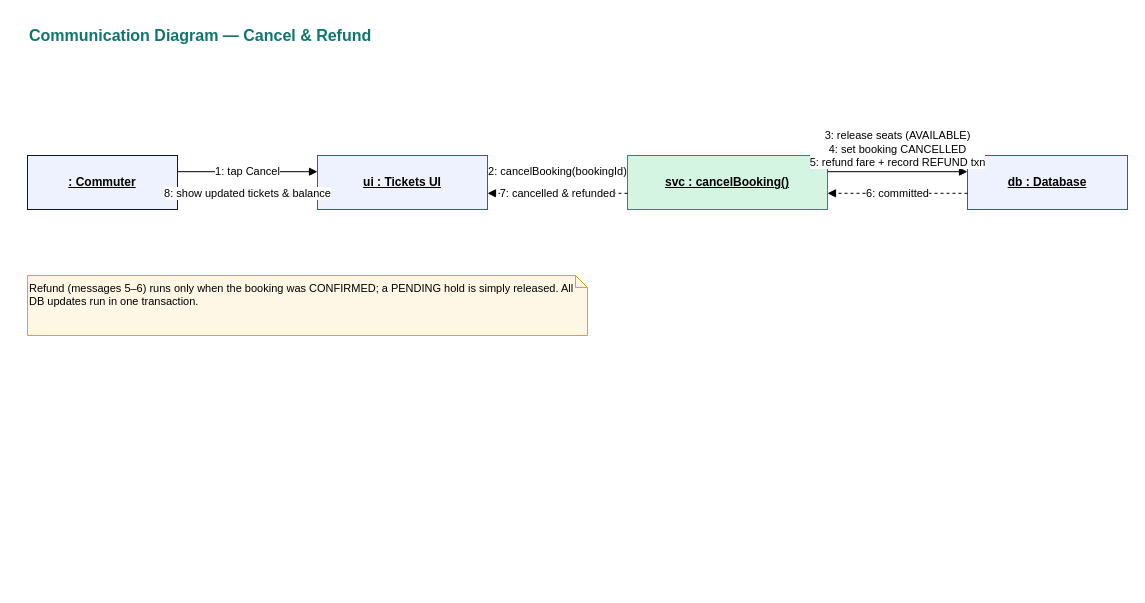
Munem3/transit-ticketing-system keeps this draw.io diagram as docs/communication-cancel.drawio. Above is the earlier version. Source tidied: cells renumbered, new cells numbered last; positions are measured from the earlier drawing's top-left corner, leaving out a move shared by most shapes. Both pictures are drawn from the tidied source at 100%, with x=0, y=0 at pixel (27, 19).
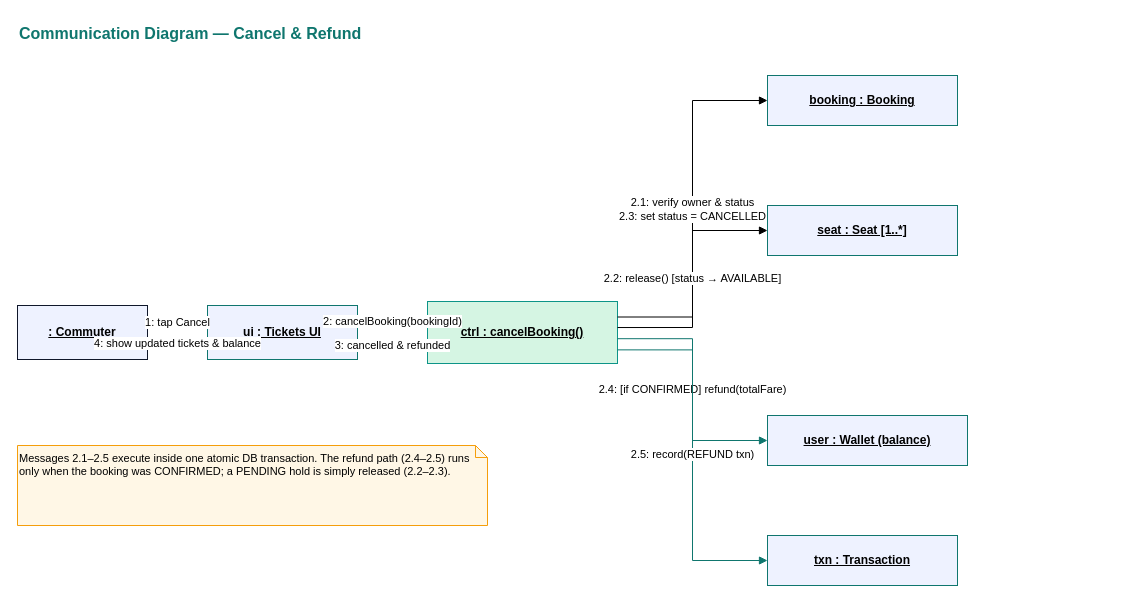
After the change.

Commit message (it also covers changes not shown here):
Expand communication diagram: controller + domain objects with nested messages

Change to the diagram source:
```diff
@@
 <mxGraphModel>
   <root>
     <mxCell id="0" />
     <mxCell id="1" parent="0" />
     <mxCell id="2" value="Communication Diagram — Cancel &amp; Refund" style="text;html=1;fontSize=16;fontStyle=1;fontColor=#0F766E;align=left;" parent="1" vertex="1">
-      <mxGeometry width="560" height="26" as="geometry" />
+      <mxGeometry x="-10" y="-2" width="560" height="26" as="geometry" />
     </mxCell>
     <mxCell id="3" value="&lt;u&gt;: Commuter&lt;/u&gt;" style="rounded=0;whiteSpace=wrap;html=1;fillColor=#EEF2FF;strokeColor=#0F172A;fontStyle=1;" parent="1" vertex="1">
-      <mxGeometry y="136" width="150" height="54" as="geometry" />
+      <mxGeometry x="-10" y="286" width="130" height="54" as="geometry" />
     </mxCell>
     <mxCell id="4" value="&lt;u&gt;ui : Tickets UI&lt;/u&gt;" style="rounded=0;whiteSpace=wrap;html=1;fillColor=#EEF2FF;strokeColor=#0F766E;fontStyle=1;" parent="1" vertex="1">
-      <mxGeometry x="290" y="136" width="170" height="54" as="geometry" />
+      <mxGeometry x="180" y="286" width="150" height="54" as="geometry" />
     </mxCell>
-    <mxCell id="5" value="&lt;u&gt;svc : cancelBooking()&lt;/u&gt;" style="rounded=0;whiteSpace=wrap;html=1;fillColor=#D5F5E3;strokeColor=#0D9488;fontStyle=1;" parent="1" vertex="1">
-      <mxGeometry x="600" y="136" width="200" height="54" as="geometry" />
-    </mxCell>
-    <mxCell id="6" value="&lt;u&gt;db : Database&lt;/u&gt;" style="rounded=0;whiteSpace=wrap;html=1;fillColor=#EEF2FF;strokeColor=#0F766E;fontStyle=1;" parent="1" vertex="1">
-      <mxGeometry x="940" y="136" width="160" height="54" as="geometry" />
-    </mxCell>
+    <mxCell id="14" value="&lt;u&gt;ctrl : cancelBooking()&lt;/u&gt;" style="rounded=0;whiteSpace=wrap;html=1;fillColor=#D5F5E3;strokeColor=#0D9488;fontStyle=1;" parent="1" vertex="1">
+      <mxGeometry x="400" y="282" width="190" height="62" as="geometry" />
+    </mxCell>
+    <mxCell id="15" value="&lt;u&gt;booking : Booking&lt;/u&gt;" style="rounded=0;whiteSpace=wrap;html=1;fillColor=#EEF2FF;strokeColor=#0F766E;fontStyle=1;" parent="1" vertex="1">
+      <mxGeometry x="740" y="56" width="190" height="50" as="geometry" />
+    </mxCell>
+    <mxCell id="16" value="&lt;u&gt;seat : Seat [1..*]&lt;/u&gt;" style="rounded=0;whiteSpace=wrap;html=1;fillColor=#EEF2FF;strokeColor=#0F766E;fontStyle=1;" parent="1" vertex="1">
+      <mxGeometry x="740" y="186" width="190" height="50" as="geometry" />
+    </mxCell>
+    <mxCell id="17" value="&lt;u&gt;user : Wallet (balance)&lt;/u&gt;" style="rounded=0;whiteSpace=wrap;html=1;fillColor=#EEF2FF;strokeColor=#0F766E;fontStyle=1;" parent="1" vertex="1">
+      <mxGeometry x="740" y="396" width="200" height="50" as="geometry" />
+    </mxCell>
+    <mxCell id="18" value="&lt;u&gt;txn : Transaction&lt;/u&gt;" style="rounded=0;whiteSpace=wrap;html=1;fillColor=#EEF2FF;strokeColor=#0F766E;fontStyle=1;" parent="1" vertex="1">
+      <mxGeometry x="740" y="516" width="190" height="50" as="geometry" />
+    </mxCell>
-    <mxCell id="7" value="1: tap Cancel" style="endArrow=block;html=1;rounded=0;edgeStyle=orthogonalEdgeStyle;fontSize=11;exitX=1;exitY=0.3;entryX=0;entryY=0.3;" parent="1" edge="1" source="3" target="4">
+    <mxCell id="7" value="1: tap Cancel" style="endArrow=block;html=1;rounded=0;edgeStyle=orthogonalEdgeStyle;fontSize=11;exitX=1;exitY=0.32;entryX=0;entryY=0.32;" parent="1" edge="1" source="3" target="4">
       <mxGeometry relative="1" as="geometry" />
     </mxCell>
+    <mxCell id="12" value="4: show updated tickets &amp; balance" style="endArrow=block;html=1;rounded=0;dashed=1;edgeStyle=orthogonalEdgeStyle;fontSize=11;exitX=0;exitY=0.7;entryX=1;entryY=0.7;" parent="1" edge="1" source="4" target="3">
+      <mxGeometry relative="1" as="geometry" />
+    </mxCell>
-    <mxCell id="8" value="2: cancelBooking(bookingId)" style="endArrow=block;html=1;rounded=0;edgeStyle=orthogonalEdgeStyle;fontSize=11;exitX=1;exitY=0.3;entryX=0;entryY=0.3;" parent="1" edge="1" source="4" target="5">
+    <mxCell id="8" value="2: cancelBooking(bookingId)" style="endArrow=block;html=1;rounded=0;edgeStyle=orthogonalEdgeStyle;fontSize=11;exitX=1;exitY=0.32;entryX=0;entryY=0.32;" parent="1" edge="1" source="4" target="14">
       <mxGeometry relative="1" as="geometry" />
     </mxCell>
-    <mxCell id="9" value="3: release seats (AVAILABLE)&#10;4: set booking CANCELLED&#10;5: refund fare + record REFUND txn" style="endArrow=block;html=1;rounded=0;edgeStyle=orthogonalEdgeStyle;fontSize=11;align=center;verticalAlign=bottom;exitX=1;exitY=0.3;entryX=0;entryY=0.3;" parent="1" edge="1" source="5" target="6">
-      <mxGeometry relative="1" as="geometry" />
-    </mxCell>
-    <mxCell id="10" value="6: committed" style="endArrow=block;html=1;rounded=0;dashed=1;edgeStyle=orthogonalEdgeStyle;fontSize=11;exitX=0;exitY=0.7;entryX=1;entryY=0.7;" parent="1" edge="1" source="6" target="5">
-      <mxGeometry relative="1" as="geometry" />
-    </mxCell>
-    <mxCell id="11" value="7: cancelled &amp; refunded" style="endArrow=block;html=1;rounded=0;dashed=1;edgeStyle=orthogonalEdgeStyle;fontSize=11;exitX=0;exitY=0.7;entryX=1;entryY=0.7;" parent="1" edge="1" source="5" target="4">
+    <mxCell id="11" value="3: cancelled &amp; refunded" style="endArrow=block;html=1;rounded=0;dashed=1;edgeStyle=orthogonalEdgeStyle;fontSize=11;exitX=0;exitY=0.72;entryX=1;entryY=0.72;" parent="1" edge="1" source="14" target="4">
       <mxGeometry relative="1" as="geometry" />
     </mxCell>
-    <mxCell id="12" value="8: show updated tickets &amp; balance" style="endArrow=block;html=1;rounded=0;dashed=1;edgeStyle=orthogonalEdgeStyle;fontSize=11;exitX=0;exitY=0.7;entryX=1;entryY=0.7;" parent="1" edge="1" source="4" target="3">
-      <mxGeometry relative="1" as="geometry" />
-    </mxCell>
+    <mxCell id="19" value="2.1: verify owner &amp; status&#10;2.3: set status = CANCELLED" style="endArrow=block;html=1;rounded=0;edgeStyle=orthogonalEdgeStyle;fontSize=11;exitX=1;exitY=0.25;entryX=0;entryY=0.5;" parent="1" edge="1" source="14" target="15">
+      <mxGeometry relative="1" as="geometry" />
+    </mxCell>
+    <mxCell id="20" value="2.2: release()  [status → AVAILABLE]" style="endArrow=block;html=1;rounded=0;edgeStyle=orthogonalEdgeStyle;fontSize=11;exitX=1;exitY=0.42;entryX=0;entryY=0.5;" parent="1" edge="1" source="14" target="16">
+      <mxGeometry relative="1" as="geometry" />
+    </mxCell>
+    <mxCell id="21" value="2.4: [if CONFIRMED] refund(totalFare)" style="endArrow=block;html=1;rounded=0;edgeStyle=orthogonalEdgeStyle;fontSize=11;exitX=1;exitY=0.6;entryX=0;entryY=0.5;strokeColor=#0F766E;" parent="1" edge="1" source="14" target="17">
+      <mxGeometry relative="1" as="geometry" />
+    </mxCell>
+    <mxCell id="22" value="2.5: record(REFUND txn)" style="endArrow=block;html=1;rounded=0;edgeStyle=orthogonalEdgeStyle;fontSize=11;exitX=1;exitY=0.78;entryX=0;entryY=0.5;strokeColor=#0F766E;" parent="1" edge="1" source="14" target="18">
+      <mxGeometry relative="1" as="geometry" />
+    </mxCell>
-    <mxCell id="13" value="Refund (messages 5–6) runs only when the booking was CONFIRMED; a PENDING hold is simply released. All DB updates run in one transaction." style="shape=note;whiteSpace=wrap;html=1;size=12;fillColor=#FFF7E6;strokeColor=#F59E0B;fontSize=11;align=left;verticalAlign=top;" parent="1" vertex="1">
-      <mxGeometry y="256" width="560" height="60" as="geometry" />
+    <mxCell id="13" value="Messages 2.1–2.5 execute inside one atomic DB transaction. The refund path (2.4–2.5) runs only when the booking was CONFIRMED; a PENDING hold is simply released (2.2–2.3)." style="shape=note;whiteSpace=wrap;html=1;size=12;fillColor=#FFF7E6;strokeColor=#F59E0B;fontSize=11;align=left;verticalAlign=top;" parent="1" vertex="1">
+      <mxGeometry x="-10" y="426" width="470" height="80" as="geometry" />
     </mxCell>
   </root>
 </mxGraphModel>
```
